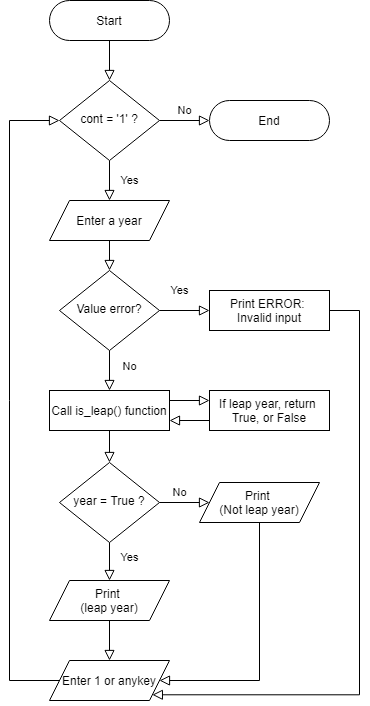
kimkw88/cs362_hw3 keeps this draw.io diagram as HW3_Q3_Flowchart.png. Above is the earlier version. Source tidied: cells renumbered, new cells last; positions are measured from the earlier drawing's top-left corner, leaving out a move shared by most shapes.
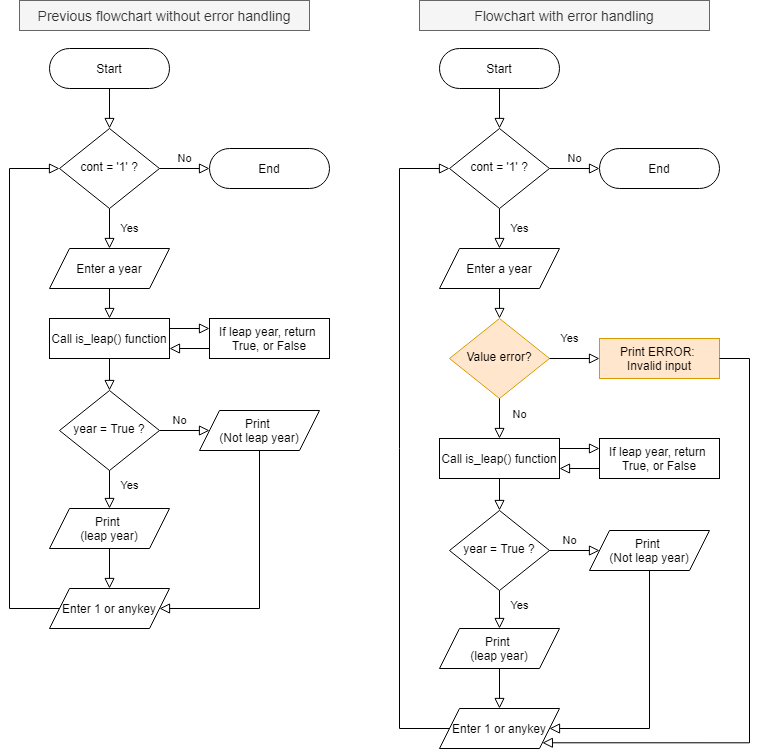
After the commit.

Diff of the diagram source:
```diff
@@ -77,7 +77,7 @@
         </Array>
       </mxGeometry>
     </mxCell>
-    <mxCell id="24" value="Value error?" style="rhombus;whiteSpace=wrap;html=1;shadow=0;fontFamily=Helvetica;fontSize=12;align=center;strokeWidth=1;spacing=6;spacingTop=-4;" parent="1" vertex="1">
+    <mxCell id="24" value="Value error?" style="rhombus;whiteSpace=wrap;html=1;shadow=0;fontFamily=Helvetica;fontSize=12;align=center;strokeWidth=1;spacing=6;spacingTop=-4;fillColor=#ffe6cc;strokeColor=#d79b00;" parent="1" vertex="1">
       <mxGeometry x="50" y="270" width="100" height="80" as="geometry" />
     </mxCell>
     <mxCell id="25" value="Yes" style="edgeStyle=orthogonalEdgeStyle;rounded=0;html=1;jettySize=auto;fontSize=11;endArrow=block;endFill=0;endSize=8;strokeWidth=1;shadow=0;labelBackgroundColor=none;exitX=1;exitY=0.5;exitDx=0;exitDy=0;entryX=0;entryY=0.5;entryDx=0;entryDy=0;" parent="1" edge="1" source="24" target="27">
@@ -86,7 +86,7 @@
     <mxCell id="26" value="No" style="edgeStyle=orthogonalEdgeStyle;rounded=0;html=1;jettySize=auto;fontSize=11;endArrow=block;endFill=0;endSize=8;strokeWidth=1;shadow=0;labelBackgroundColor=none;exitX=0.5;exitY=1;exitDx=0;exitDy=0;entryX=0.5;entryY=0;entryDx=0;entryDy=0;" parent="1" edge="1" source="24" target="9">
       <mxGeometry x="-0.2" y="20" relative="1" as="geometry" />
     </mxCell>
-    <mxCell id="27" value="Print ERROR: &lt;br&gt;Invalid input" style="rounded=1;whiteSpace=wrap;html=1;fontSize=12;glass=0;strokeWidth=1;shadow=0;arcSize=0;" parent="1" vertex="1">
+    <mxCell id="27" value="Print ERROR: &lt;br&gt;Invalid input" style="rounded=1;whiteSpace=wrap;html=1;fontSize=12;glass=0;strokeWidth=1;shadow=0;arcSize=0;fillColor=#ffe6cc;strokeColor=#d79b00;" parent="1" vertex="1">
       <mxGeometry x="200" y="290" width="120" height="40" as="geometry" />
     </mxCell>
     <mxCell id="28" style="rounded=0;html=1;jettySize=auto;fontSize=11;endArrow=block;endFill=0;endSize=8;strokeWidth=1;shadow=0;labelBackgroundColor=none;edgeStyle=orthogonalEdgeStyle;entryX=1;entryY=1;entryDx=0;entryDy=0;exitX=1;exitY=0.5;exitDx=0;exitDy=0;" parent="1" edge="1" source="27" target="15">
@@ -97,5 +97,86 @@
         </Array>
       </mxGeometry>
     </mxCell>
+    <mxCell id="29" style="rounded=0;html=1;jettySize=auto;fontSize=11;endArrow=block;endFill=0;endSize=8;strokeWidth=1;shadow=0;labelBackgroundColor=none;edgeStyle=orthogonalEdgeStyle;" parent="1" edge="1" source="30" target="33">
+      <mxGeometry relative="1" as="geometry" />
+    </mxCell>
+    <mxCell id="30" value="Start" style="rounded=1;whiteSpace=wrap;html=1;fontSize=12;glass=0;strokeWidth=1;shadow=0;arcSize=50;" parent="1" vertex="1">
+      <mxGeometry x="-350" width="120" height="40" as="geometry" />
+    </mxCell>
+    <mxCell id="31" value="Yes" style="rounded=0;html=1;jettySize=auto;fontSize=11;endArrow=block;endFill=0;endSize=8;strokeWidth=1;shadow=0;labelBackgroundColor=none;edgeStyle=orthogonalEdgeStyle;entryX=0.5;entryY=0;entryDx=0;entryDy=0;" parent="1" edge="1" source="33" target="35">
+      <mxGeometry y="20" relative="1" as="geometry" />
+    </mxCell>
+    <mxCell id="32" value="No" style="edgeStyle=orthogonalEdgeStyle;rounded=0;html=1;jettySize=auto;fontSize=11;endArrow=block;endFill=0;endSize=8;strokeWidth=1;shadow=0;labelBackgroundColor=none;" parent="1" edge="1" source="33" target="34">
+      <mxGeometry y="10" relative="1" as="geometry" />
+    </mxCell>
+    <mxCell id="33" value="cont = '1' ?" style="rhombus;whiteSpace=wrap;html=1;shadow=0;fontFamily=Helvetica;fontSize=12;align=center;strokeWidth=1;spacing=6;spacingTop=-4;" parent="1" vertex="1">
+      <mxGeometry x="-340" y="80" width="100" height="80" as="geometry" />
+    </mxCell>
+    <mxCell id="34" value="End" style="rounded=1;whiteSpace=wrap;html=1;fontSize=12;glass=0;strokeWidth=1;shadow=0;arcSize=50;" parent="1" vertex="1">
+      <mxGeometry x="-190" y="100" width="120" height="40" as="geometry" />
+    </mxCell>
+    <mxCell id="35" value="Enter a year" style="shape=parallelogram;perimeter=parallelogramPerimeter;whiteSpace=wrap;html=1;fixedSize=1;" parent="1" vertex="1">
+      <mxGeometry x="-350" y="200" width="120" height="40" as="geometry" />
+    </mxCell>
+    <mxCell id="36" value="Call is_leap() function" style="rounded=1;whiteSpace=wrap;html=1;fontSize=12;glass=0;strokeWidth=1;shadow=0;arcSize=0;" parent="1" vertex="1">
+      <mxGeometry x="-350" y="270" width="120" height="40" as="geometry" />
+    </mxCell>
+    <mxCell id="37" style="rounded=0;html=1;jettySize=auto;fontSize=11;endArrow=block;endFill=0;endSize=8;strokeWidth=1;shadow=0;labelBackgroundColor=none;edgeStyle=orthogonalEdgeStyle;exitX=0.5;exitY=1;exitDx=0;exitDy=0;entryX=0.5;entryY=0;entryDx=0;entryDy=0;" parent="1" edge="1" source="35" target="36">
+      <mxGeometry relative="1" as="geometry" />
+    </mxCell>
+    <mxCell id="38" value="If leap year, return &lt;br&gt;True, or False" style="rounded=1;whiteSpace=wrap;html=1;fontSize=12;glass=0;strokeWidth=1;shadow=0;arcSize=0;" parent="1" vertex="1">
+      <mxGeometry x="-190" y="270" width="120" height="40" as="geometry" />
+    </mxCell>
+    <mxCell id="39" style="rounded=0;html=1;jettySize=auto;fontSize=11;endArrow=block;endFill=0;endSize=8;strokeWidth=1;shadow=0;labelBackgroundColor=none;edgeStyle=orthogonalEdgeStyle;exitX=1;exitY=0.25;exitDx=0;exitDy=0;entryX=0;entryY=0.25;entryDx=0;entryDy=0;" parent="1" edge="1" source="36" target="38">
+      <mxGeometry relative="1" as="geometry" />
+    </mxCell>
+    <mxCell id="40" value="year = True ?" style="rhombus;whiteSpace=wrap;html=1;shadow=0;fontFamily=Helvetica;fontSize=12;align=center;strokeWidth=1;spacing=6;spacingTop=-4;" parent="1" vertex="1">
+      <mxGeometry x="-340" y="342" width="100" height="80" as="geometry" />
+    </mxCell>
+    <mxCell id="41" value="Print &lt;br&gt;(leap year)" style="shape=parallelogram;perimeter=parallelogramPerimeter;whiteSpace=wrap;html=1;fixedSize=1;" parent="1" vertex="1">
+      <mxGeometry x="-350" y="460" width="120" height="40" as="geometry" />
+    </mxCell>
+    <mxCell id="42" value="Enter 1 or anykey" style="shape=parallelogram;perimeter=parallelogramPerimeter;whiteSpace=wrap;html=1;fixedSize=1;" parent="1" vertex="1">
+      <mxGeometry x="-350" y="540" width="120" height="40" as="geometry" />
+    </mxCell>
+    <mxCell id="43" style="rounded=0;html=1;jettySize=auto;fontSize=11;endArrow=block;endFill=0;endSize=8;strokeWidth=1;shadow=0;labelBackgroundColor=none;edgeStyle=orthogonalEdgeStyle;entryX=1;entryY=0.75;entryDx=0;entryDy=0;exitX=0;exitY=0.75;exitDx=0;exitDy=0;" parent="1" edge="1" source="38" target="36">
+      <mxGeometry relative="1" as="geometry" />
+    </mxCell>
+    <mxCell id="44" value="Yes" style="edgeStyle=orthogonalEdgeStyle;rounded=0;html=1;jettySize=auto;fontSize=11;endArrow=block;endFill=0;endSize=8;strokeWidth=1;shadow=0;labelBackgroundColor=none;exitX=0.5;exitY=1;exitDx=0;exitDy=0;entryX=0.5;entryY=0;entryDx=0;entryDy=0;" parent="1" edge="1" source="40" target="41">
+      <mxGeometry x="-0.2" y="20" relative="1" as="geometry" />
+    </mxCell>
+    <mxCell id="45" value="No" style="rounded=0;html=1;jettySize=auto;fontSize=11;endArrow=block;endFill=0;endSize=8;strokeWidth=1;shadow=0;labelBackgroundColor=none;edgeStyle=orthogonalEdgeStyle;exitX=1;exitY=0.5;exitDx=0;exitDy=0;entryX=0;entryY=0.5;entryDx=0;entryDy=0;" parent="1" edge="1" source="40" target="46">
+      <mxGeometry x="-0.2" y="10" relative="1" as="geometry" />
+    </mxCell>
+    <mxCell id="46" value="Print &lt;br&gt;(Not leap year)" style="shape=parallelogram;perimeter=parallelogramPerimeter;whiteSpace=wrap;html=1;fixedSize=1;" parent="1" vertex="1">
+      <mxGeometry x="-200" y="362" width="120" height="40" as="geometry" />
+    </mxCell>
+    <mxCell id="47" style="rounded=0;html=1;jettySize=auto;fontSize=11;endArrow=block;endFill=0;endSize=8;strokeWidth=1;shadow=0;labelBackgroundColor=none;edgeStyle=orthogonalEdgeStyle;exitX=0.5;exitY=1;exitDx=0;exitDy=0;entryX=0.5;entryY=0;entryDx=0;entryDy=0;" parent="1" edge="1" source="36" target="40">
+      <mxGeometry relative="1" as="geometry" />
+    </mxCell>
+    <mxCell id="48" style="rounded=0;html=1;jettySize=auto;fontSize=11;endArrow=block;endFill=0;endSize=8;strokeWidth=1;shadow=0;labelBackgroundColor=none;edgeStyle=orthogonalEdgeStyle;entryX=0.5;entryY=0;entryDx=0;entryDy=0;exitX=0.5;exitY=1;exitDx=0;exitDy=0;" parent="1" edge="1" source="41" target="42">
+      <mxGeometry relative="1" as="geometry" />
+    </mxCell>
+    <mxCell id="49" style="rounded=0;html=1;jettySize=auto;fontSize=11;endArrow=block;endFill=0;endSize=8;strokeWidth=1;shadow=0;labelBackgroundColor=none;edgeStyle=orthogonalEdgeStyle;exitX=0;exitY=0.5;exitDx=0;exitDy=0;entryX=0;entryY=0.5;entryDx=0;entryDy=0;" parent="1" edge="1" source="42" target="33">
+      <mxGeometry relative="1" as="geometry">
+        <Array as="points">
+          <mxPoint x="-390" y="560" />
+          <mxPoint x="-390" y="120" />
+        </Array>
+      </mxGeometry>
+    </mxCell>
+    <mxCell id="50" style="rounded=0;html=1;jettySize=auto;fontSize=11;endArrow=block;endFill=0;endSize=8;strokeWidth=1;shadow=0;labelBackgroundColor=none;edgeStyle=orthogonalEdgeStyle;entryX=1;entryY=0.5;entryDx=0;entryDy=0;exitX=0.5;exitY=1;exitDx=0;exitDy=0;" parent="1" edge="1" source="46" target="42">
+      <mxGeometry relative="1" as="geometry">
+        <Array as="points">
+          <mxPoint x="-140" y="560" />
+        </Array>
+      </mxGeometry>
+    </mxCell>
+    <mxCell id="51" value="Previous flowchart without error handling" style="text;html=1;align=center;verticalAlign=middle;whiteSpace=wrap;rounded=0;fontSize=14;fillColor=#f5f5f5;strokeColor=#666666;fontColor=#333333;" parent="1" vertex="1">
+      <mxGeometry x="-380" y="-48" width="290" height="30" as="geometry" />
+    </mxCell>
+    <mxCell id="52" value="Flowchart with error handling" style="text;html=1;align=center;verticalAlign=middle;whiteSpace=wrap;rounded=0;fontSize=14;fillColor=#f5f5f5;strokeColor=#666666;fontColor=#333333;" parent="1" vertex="1">
+      <mxGeometry x="20" y="-48" width="290" height="30" as="geometry" />
+    </mxCell>
   </root>
 </mxGraphModel>
```
